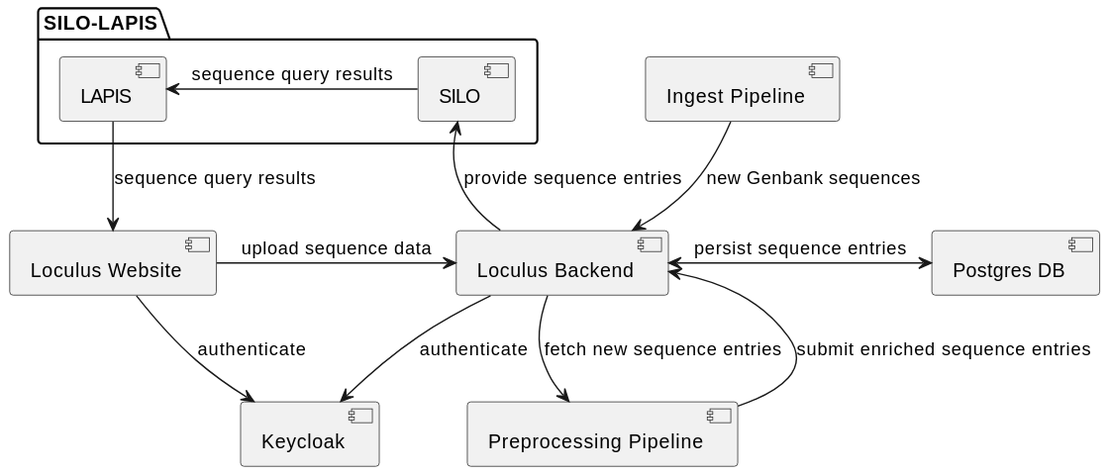
The PlantUML diagram backend/docs/plantuml/architectureOverview.svg in loculus-project/loculus, before a commit.
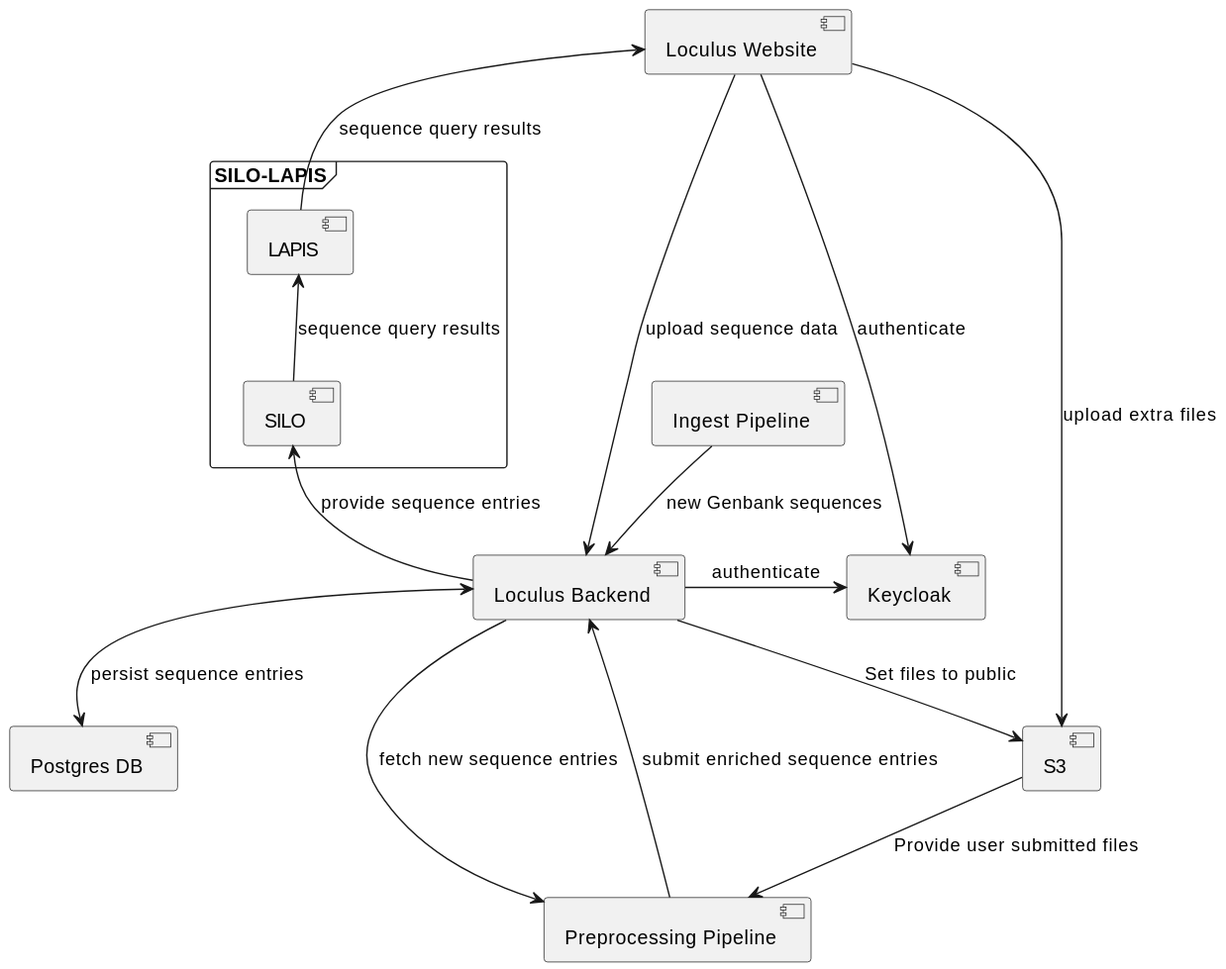
After the commit.

Diff of the diagram source:
```diff
@@ -1,28 +1,34 @@
 @startuml
-folder SILO-LAPIS {
+component "Loculus Website" as Website
+component "Ingest Pipeline" as Ingest
+component "Loculus Backend" as Backend
+
+component "Postgres DB" as Postgres
+component S3
+
+component "Preprocessing Pipeline" as Preprocessing
+
+component Keycloak
+
+frame SILO-LAPIS {
     component SILO
     component LAPIS
 }
 
-component "Loculus Website" as Website
-component "Loculus Backend" as Backend
-component "Postgres DB" as Postgres
+Website --> Keycloak : authenticate
+Backend -right-> Keycloak : authenticate
 
-component "Preprocessing Pipeline" as Preprocessing
-component "Ingest Pipeline" as Ingest
-
-component Keycloak
-
-Website --> Keycloak : authenticate
-Backend --> Keycloak : authenticate
-
-Website -> Backend : upload sequence data
-Backend <-> Postgres : persist sequence entries
+Website -down-> Backend : upload sequence data
+Backend <-down-> Postgres : persist sequence entries
 Backend --> Preprocessing : fetch new sequence entries
 Backend <-- Preprocessing : submit enriched sequence entries
-Ingest --> Backend : new Genbank sequences
+Ingest -down-> Backend : new Genbank sequences
 
 SILO <-- Backend : provide sequence entries
-LAPIS --> Website : sequence query results
-LAPIS <- SILO : sequence query results
+LAPIS -up-> Website : sequence query results
+LAPIS <-down- SILO : sequence query results
+
+Website -> S3: upload extra files
+Backend -down-> S3: Set files to public
+S3 -down-> Preprocessing: Provide user submitted files
 @enduml
```
